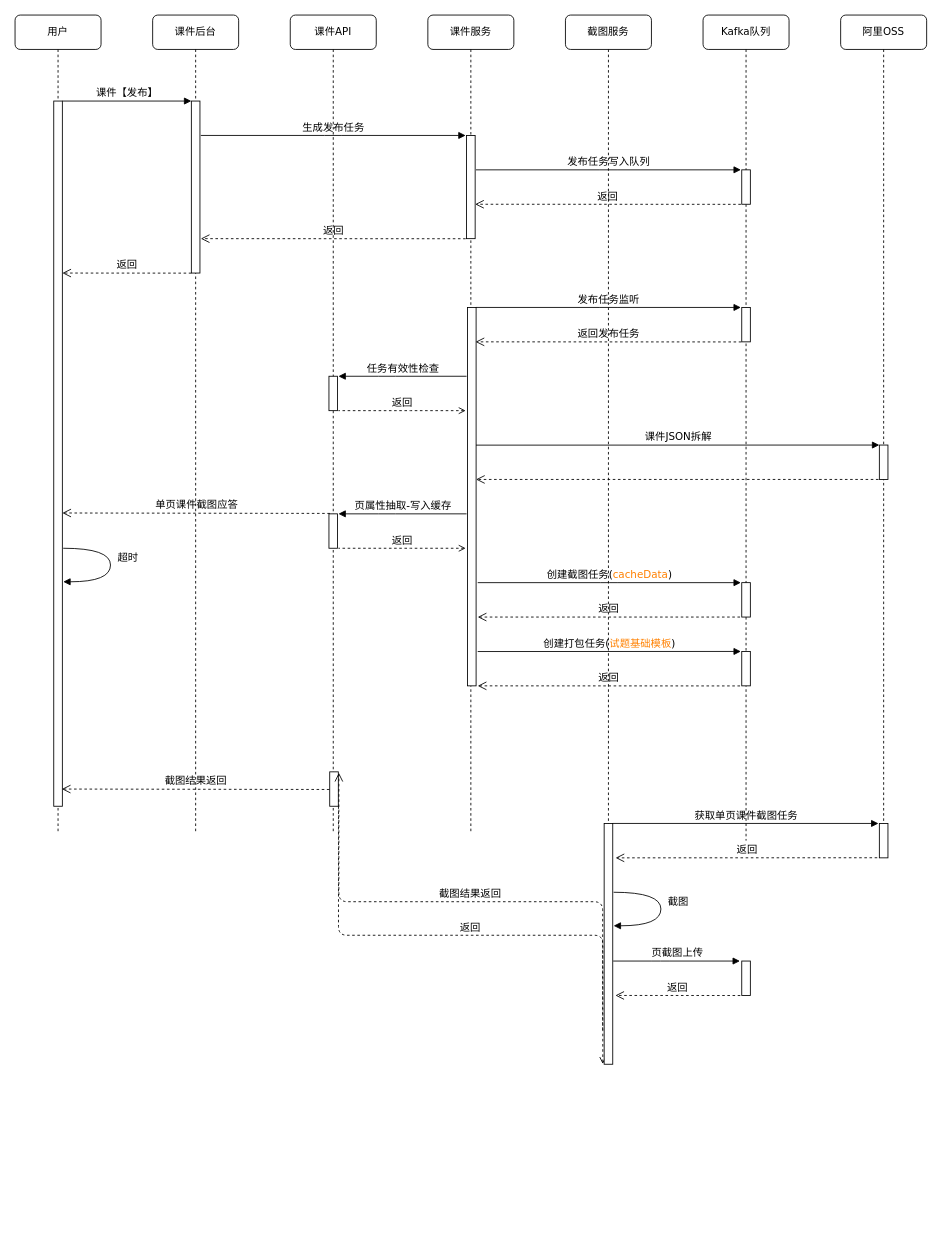
Above: cw3-release.drawio in huanjiesm/courseware-draw (draw.io), before the change. Source tidied: cells renumbered, new cells numbered last; positions are measured from the earlier drawing's top-left corner, leaving out a move shared by most shapes. Both pictures are drawn from the tidied source at 86%, with x=0, y=0 at pixel (15, 15).
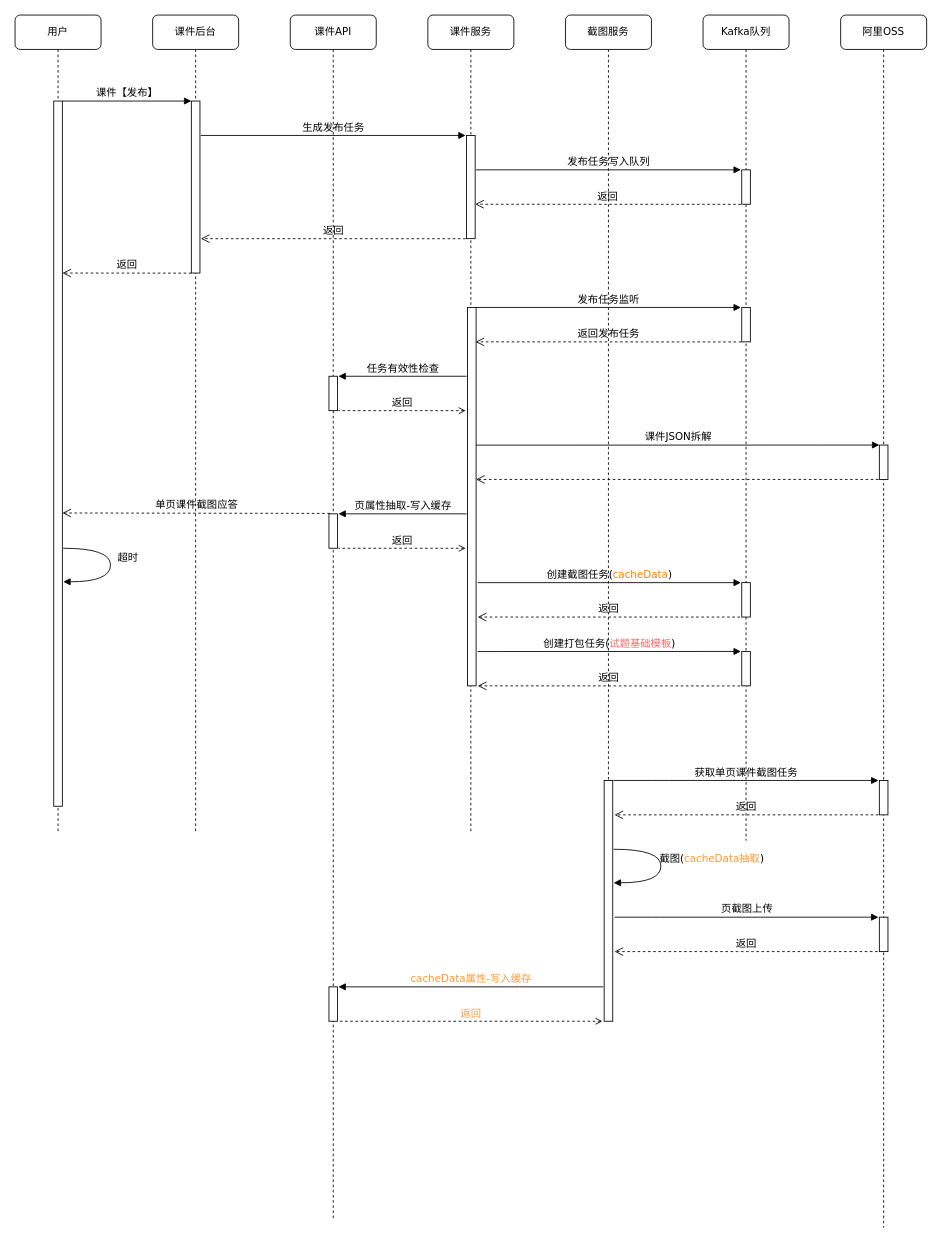
Above is the later version.

Unchanged cells that the change refers to:
```xml
<mxCell id="5" value="Kafka队列" style="shape=umlLifeline;perimeter=lifelinePerimeter;whiteSpace=wrap;html=1;rounded=1;shadow=0;comic=0;labelBackgroundColor=none;strokeWidth=1;fontFamily=Verdana;fontSize=12;align=center;" parent="1" vertex="1">
  <mxGeometry x="800" width="100" height="960" as="geometry" />
</mxCell>
<mxCell id="20" value="课件服务" style="shape=umlLifeline;perimeter=lifelinePerimeter;whiteSpace=wrap;html=1;rounded=1;shadow=0;comic=0;labelBackgroundColor=none;strokeWidth=1;fontFamily=Verdana;fontSize=12;align=center;" parent="1" vertex="1">
  <mxGeometry x="480" width="100" height="950" as="geometry" />
</mxCell>
<mxCell id="30" value="截图服务" style="shape=umlLifeline;perimeter=lifelinePerimeter;whiteSpace=wrap;html=1;rounded=1;shadow=0;comic=0;labelBackgroundColor=none;strokeWidth=1;fontFamily=Verdana;fontSize=12;align=center;" parent="1" vertex="1">
  <mxGeometry x="640" width="100" height="950" as="geometry" />
</mxCell>
```

The edit, as a diff of the source:
```diff
@@
     <mxCell id="2" value="阿里OSS" style="shape=umlLifeline;perimeter=lifelinePerimeter;whiteSpace=wrap;html=1;rounded=1;shadow=0;comic=0;labelBackgroundColor=none;strokeWidth=1;fontFamily=Verdana;fontSize=12;align=center;" parent="1" vertex="1">
-      <mxGeometry x="960" width="100" height="950" as="geometry" />
+      <mxGeometry x="960" width="100" height="1410" as="geometry" />
     </mxCell>
     <mxCell id="3" style="html=1;points=[];perimeter=orthogonalPerimeter;rounded=0;shadow=0;comic=0;labelBackgroundColor=none;strokeWidth=1;fontFamily=Verdana;fontSize=12;align=center;" parent="2" vertex="1">
-      <mxGeometry x="45" y="940" width="10" height="40" as="geometry" />
+      <mxGeometry x="45" y="890" width="10" height="40" as="geometry" />
     </mxCell>
@@
+    <mxCell id="6" style="html=1;points=[];perimeter=orthogonalPerimeter;rounded=0;shadow=0;comic=0;labelBackgroundColor=none;strokeWidth=1;fontFamily=Verdana;fontSize=12;align=center;" parent="2" vertex="1">
+      <mxGeometry x="45" y="1049" width="10" height="40" as="geometry" />
+    </mxCell>
@@
-    <mxCell id="6" style="html=1;points=[];perimeter=orthogonalPerimeter;rounded=0;shadow=0;comic=0;labelBackgroundColor=none;strokeWidth=1;fontFamily=Verdana;fontSize=12;align=center;" parent="5" vertex="1">
-      <mxGeometry x="45" y="1100" width="10" height="40" as="geometry" />
-    </mxCell>
@@
     <mxCell id="15" value="课件API" style="shape=umlLifeline;perimeter=lifelinePerimeter;whiteSpace=wrap;html=1;rounded=1;shadow=0;comic=0;labelBackgroundColor=none;strokeWidth=1;fontFamily=Verdana;fontSize=12;align=center;" parent="1" vertex="1">
-      <mxGeometry x="320" width="100" height="950" as="geometry" />
+      <mxGeometry x="320" width="100" height="1400" as="geometry" />
     </mxCell>
@@
     <mxCell id="17" style="html=1;points=[];perimeter=orthogonalPerimeter;rounded=0;shadow=0;comic=0;labelBackgroundColor=none;strokeWidth=1;fontFamily=Verdana;fontSize=12;align=center;" parent="15" vertex="1">
-      <mxGeometry x="45.9" y="880" width="10" height="40" as="geometry" />
+      <mxGeometry x="45" y="1130" width="10" height="40" as="geometry" />
     </mxCell>
@@
-    <mxCell id="23" value="返回" style="html=1;verticalAlign=bottom;endArrow=none;dashed=1;endSize=8;labelBackgroundColor=none;fontFamily=Verdana;fontSize=12;edgeStyle=elbowEdgeStyle;elbow=vertical;startArrow=open;startFill=0;endFill=0;exitX=-0.159;exitY=0.999;exitDx=0;exitDy=0;exitPerimeter=0;" parent="20" edge="1" source="31">
-      <mxGeometry relative="1" as="geometry">
-        <mxPoint x="-103.9" y="920" as="targetPoint" />
-      </mxGeometry>
-    </mxCell>
@@
     <mxCell id="31" style="html=1;points=[];perimeter=orthogonalPerimeter;rounded=0;shadow=0;comic=0;labelBackgroundColor=none;strokeWidth=1;fontFamily=Verdana;fontSize=12;align=center;" parent="30" vertex="1">
-      <mxGeometry x="45" y="940" width="10" height="280" as="geometry" />
+      <mxGeometry x="45" y="890" width="10" height="280" as="geometry" />
     </mxCell>
@@
-    <mxCell id="35" value="获取单页课件截图任务" style="html=1;verticalAlign=bottom;endArrow=block;labelBackgroundColor=none;fontFamily=Verdana;fontSize=12;edgeStyle=elbowEdgeStyle;elbow=vertical;entryX=-0.1;entryY=0.004;entryDx=0;entryDy=0;entryPerimeter=0;" parent="1" edge="1" target="3">
+    <mxCell id="35" value="获取单页课件截图任务" style="html=1;verticalAlign=bottom;endArrow=block;labelBackgroundColor=none;fontFamily=Verdana;fontSize=12;edgeStyle=elbowEdgeStyle;elbow=vertical;" parent="1" edge="1">
       <mxGeometry relative="1" as="geometry">
-        <mxPoint x="695" y="940" as="sourcePoint" />
+        <mxPoint x="696" y="890" as="sourcePoint" />
+        <mxPoint x="1004" y="890" as="targetPoint" />
         <Array as="points">
-          <mxPoint x="750" y="940" />
-          <mxPoint x="760" y="1000" />
-          <mxPoint x="800" y="1010" />
-          <mxPoint x="780" y="970" />
-          <mxPoint x="700" y="860" />
+          <mxPoint x="751" y="890" />
+          <mxPoint x="761" y="950" />
+          <mxPoint x="801" y="960" />
+          <mxPoint x="781" y="920" />
+          <mxPoint x="701" y="810" />
         </Array>
       </mxGeometry>
     </mxCell>
-    <mxCell id="36" value="返回" style="html=1;verticalAlign=bottom;endArrow=open;dashed=1;endSize=8;labelBackgroundColor=none;fontFamily=Verdana;fontSize=12;edgeStyle=elbowEdgeStyle;elbow=vertical;exitX=-0.245;exitY=0.997;exitDx=0;exitDy=0;exitPerimeter=0;entryX=1.328;entryY=0.144;entryDx=0;entryDy=0;entryPerimeter=0;" parent="1" edge="1" source="3" target="31">
-      <mxGeometry relative="1" as="geometry" />
+    <mxCell id="36" value="返回" style="html=1;verticalAlign=bottom;endArrow=open;dashed=1;endSize=8;labelBackgroundColor=none;fontFamily=Verdana;fontSize=12;edgeStyle=elbowEdgeStyle;elbow=vertical;" parent="1" edge="1">
+      <mxGeometry relative="1" as="geometry">
+        <mxPoint x="1004" y="930" as="sourcePoint" />
+        <mxPoint x="697" y="930" as="targetPoint" />
+      </mxGeometry>
     </mxCell>
-    <mxCell id="37" value="截图" style="html=1;verticalAlign=bottom;endArrow=block;labelBackgroundColor=none;fontFamily=Verdana;fontSize=12;elbow=vertical;edgeStyle=orthogonalEdgeStyle;curved=1;exitX=1.038;exitY=0.345;exitPerimeter=0;entryX=1.027;entryY=0.831;entryDx=0;entryDy=0;entryPerimeter=0;" parent="1" edge="1">
-      <mxGeometry x="0.01" y="20" relative="1" as="geometry">
-        <mxPoint x="696" y="1020" as="sourcePoint" />
-        <mxPoint x="696" y="1059" as="targetPoint" />
+    <mxCell id="37" value="截图(&lt;font color=&quot;#ff9933&quot;&gt;cacheData抽取&lt;/font&gt;)" style="html=1;verticalAlign=bottom;endArrow=block;labelBackgroundColor=none;fontFamily=Verdana;fontSize=12;elbow=vertical;edgeStyle=orthogonalEdgeStyle;curved=1;exitX=1.038;exitY=0.345;exitPerimeter=0;entryX=1.027;entryY=0.831;entryDx=0;entryDy=0;entryPerimeter=0;" parent="1" edge="1">
+      <mxGeometry x="0.01" y="59" relative="1" as="geometry">
+        <mxPoint x="696" y="970" as="sourcePoint" />
+        <mxPoint x="696" y="1009" as="targetPoint" />
         <Array as="points">
-          <mxPoint x="751" y="1020" />
-          <mxPoint x="751" y="1059" />
+          <mxPoint x="751" y="970" />
+          <mxPoint x="751" y="1009" />
         </Array>
       </mxGeometry>
     </mxCell>
-    <mxCell id="38" value="页截图上传" style="html=1;verticalAlign=bottom;endArrow=block;labelBackgroundColor=none;fontFamily=Verdana;fontSize=12;edgeStyle=elbowEdgeStyle;elbow=vertical;entryX=-0.209;entryY=0;entryDx=0;entryDy=0;entryPerimeter=0;" parent="1" edge="1" target="6">
+    <mxCell id="38" value="页截图上传" style="html=1;verticalAlign=bottom;endArrow=block;labelBackgroundColor=none;fontFamily=Verdana;fontSize=12;edgeStyle=elbowEdgeStyle;elbow=vertical;" parent="1" edge="1">
       <mxGeometry relative="1" as="geometry">
-        <mxPoint x="695.5" y="1100" as="sourcePoint" />
+        <mxPoint x="697" y="1049" as="sourcePoint" />
+        <mxPoint x="1004" y="1049" as="targetPoint" />
         <Array as="points">
-          <mxPoint x="750.5" y="1100" />
-          <mxPoint x="760.5" y="1160" />
-          <mxPoint x="800.5" y="1170" />
-          <mxPoint x="780.5" y="1130" />
-          <mxPoint x="700.5" y="1020" />
+          <mxPoint x="750.5" y="1049" />
+          <mxPoint x="760.5" y="1109" />
+          <mxPoint x="800.5" y="1119" />
+          <mxPoint x="780.5" y="1079" />
+          <mxPoint x="700.5" y="969" />
         </Array>
       </mxGeometry>
     </mxCell>
-    <mxCell id="39" value="返回" style="html=1;verticalAlign=bottom;endArrow=open;dashed=1;endSize=8;labelBackgroundColor=none;fontFamily=Verdana;fontSize=12;edgeStyle=elbowEdgeStyle;elbow=vertical;exitX=-0.17;exitY=1.002;exitDx=0;exitDy=0;exitPerimeter=0;entryX=1.303;entryY=0.715;entryDx=0;entryDy=0;entryPerimeter=0;" parent="1" edge="1" source="6" target="31">
-      <mxGeometry relative="1" as="geometry" />
+    <mxCell id="39" value="返回" style="html=1;verticalAlign=bottom;endArrow=open;dashed=1;endSize=8;labelBackgroundColor=none;fontFamily=Verdana;fontSize=12;edgeStyle=elbowEdgeStyle;elbow=vertical;" parent="1" edge="1">
+      <mxGeometry relative="1" as="geometry">
+        <mxPoint x="1003" y="1089" as="sourcePoint" />
+        <mxPoint x="697" y="1089" as="targetPoint" />
+      </mxGeometry>
     </mxCell>
-    <mxCell id="40" value="截图结果返回" style="html=1;verticalAlign=bottom;endArrow=open;dashed=1;endSize=8;labelBackgroundColor=none;fontFamily=Verdana;fontSize=12;edgeStyle=elbowEdgeStyle;elbow=vertical;entryX=1.063;entryY=0.029;entryDx=0;entryDy=0;entryPerimeter=0;exitX=-0.173;exitY=0.857;exitDx=0;exitDy=0;exitPerimeter=0;" parent="1" edge="1" source="31" target="17">
-      <mxGeometry relative="1" as="geometry" />
-    </mxCell>
-    <mxCell id="41" value="截图结果返回" style="html=1;verticalAlign=bottom;endArrow=open;dashed=1;endSize=8;labelBackgroundColor=none;fontFamily=Verdana;fontSize=12;edgeStyle=elbowEdgeStyle;elbow=vertical;entryX=0.974;entryY=0.851;entryDx=0;entryDy=0;entryPerimeter=0;" parent="1" edge="1">
-      <mxGeometry relative="1" as="geometry">
-        <mxPoint x="365.6" y="900.5" as="sourcePoint" />
-        <mxPoint x="54.4" y="900" as="targetPoint" />
-      </mxGeometry>
-    </mxCell>
@@
-    <mxCell id="50" value="创建打包任务(&lt;font color=&quot;#ff8000&quot;&gt;试题基础模板&lt;/font&gt;)" style="html=1;verticalAlign=bottom;endArrow=block;labelBackgroundColor=none;fontFamily=Verdana;fontSize=12;edgeStyle=elbowEdgeStyle;elbow=vertical;" parent="1" edge="1">
+    <mxCell id="50" value="创建打包任务(&lt;font color=&quot;#ff6666&quot;&gt;试题基础模板&lt;/font&gt;)" style="html=1;verticalAlign=bottom;endArrow=block;labelBackgroundColor=none;fontFamily=Verdana;fontSize=12;edgeStyle=elbowEdgeStyle;elbow=vertical;" parent="1" edge="1">
       <mxGeometry relative="1" as="geometry">
         <mxPoint x="538" y="740.1" as="sourcePoint" />
         <mxPoint x="844" y="740.1" as="targetPoint" />
       </mxGeometry>
     </mxCell>
@@
+    <mxCell id="52" value="&lt;font color=&quot;#ff9933&quot;&gt;cacheData属性-写入缓存&lt;/font&gt;" style="html=1;verticalAlign=bottom;endArrow=none;labelBackgroundColor=none;fontFamily=Verdana;fontSize=12;edgeStyle=elbowEdgeStyle;elbow=vertical;entryX=-0.209;entryY=0;entryDx=0;entryDy=0;entryPerimeter=0;startArrow=block;startFill=1;endFill=0;" parent="1" edge="1">
+      <mxGeometry relative="1" as="geometry">
+        <mxPoint x="376" y="1130" as="sourcePoint" />
+        <mxPoint x="684" y="1130" as="targetPoint" />
+        <Array as="points">
+          <mxPoint x="586.5" y="1130" />
+          <mxPoint x="596.5" y="1190" />
+          <mxPoint x="636.5" y="1200" />
+          <mxPoint x="616.5" y="1160" />
+          <mxPoint x="536.5" y="1050" />
+        </Array>
+      </mxGeometry>
+    </mxCell>
+    <mxCell id="23" value="&lt;font color=&quot;#ff9933&quot;&gt;返回&lt;/font&gt;" style="html=1;verticalAlign=bottom;endArrow=none;dashed=1;endSize=8;labelBackgroundColor=none;fontFamily=Verdana;fontSize=12;edgeStyle=elbowEdgeStyle;elbow=vertical;startArrow=open;startFill=0;endFill=0;" parent="1" edge="1">
+      <mxGeometry relative="1" as="geometry">
+        <mxPoint x="683" y="1170" as="sourcePoint" />
+        <mxPoint x="377" y="1170" as="targetPoint" />
+      </mxGeometry>
+    </mxCell>
```
